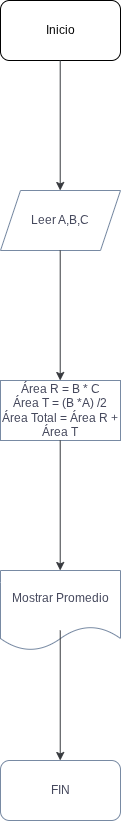
This is Ejercicio_5_Lucas.drawio.png from lucri1384/Pensamiento-computacional, a draw.io export, as it was before one commit. Source tidied: cells renumbered, new cells last; positions are measured from the earlier drawing's top-left corner, leaving out a move shared by most shapes.
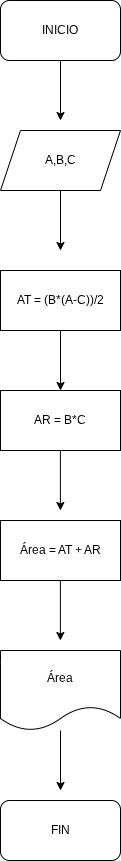
Above is the later version.

What changed in the source:
```diff
@@ -1,45 +1,62 @@
-<mxGraphModel background="light-dark(#FFFFFF,#FFFFFF)">
+<mxGraphModel>
   <root>
     <mxCell id="0" />
     <mxCell id="1" parent="0" />
-    <mxCell id="2" value="Inicio" style="rounded=1;whiteSpace=wrap;html=1;" parent="1" vertex="1">
-      <mxGeometry width="120" height="60" as="geometry" />
-    </mxCell>
-    <mxCell id="3" style="endArrow=classic;html=1;rounded=0;fontColor=#46495D;fillColor=#eeeeee;strokeColor=light-dark(#36393d, #000000);" parent="1" edge="1">
-      <mxGeometry relative="1" as="geometry">
-        <mxPoint x="59.7" y="60" as="sourcePoint" />
-        <mxPoint x="59.7" y="190" as="targetPoint" />
-      </mxGeometry>
-    </mxCell>
-    <mxCell id="4" value="Leer A,B,C" style="shape=parallelogram;perimeter=parallelogramPerimeter;whiteSpace=wrap;html=1;fixedSize=1;strokeColor=#788AA3;fontColor=#46495D;fillColor=default;" parent="1" vertex="1">
-      <mxGeometry y="190" width="120" height="60" as="geometry" />
-    </mxCell>
-    <mxCell id="5" style="endArrow=classic;html=1;rounded=0;fontColor=#46495D;fillColor=#eeeeee;strokeColor=light-dark(#36393d, #000000);" parent="1" edge="1">
-      <mxGeometry relative="1" as="geometry">
-        <mxPoint x="59.7" y="250" as="sourcePoint" />
-        <mxPoint x="59.7" y="380" as="targetPoint" />
-      </mxGeometry>
-    </mxCell>
-    <mxCell id="6" value="Área R = B * C&lt;div&gt;Área T = (B *A) /2&lt;/div&gt;&lt;div&gt;Área Total = Área R + Área T&lt;/div&gt;" style="rounded=0;whiteSpace=wrap;html=1;strokeColor=#788AA3;fontColor=#46495D;fillColor=default;" parent="1" vertex="1">
-      <mxGeometry y="380" width="120" height="60" as="geometry" />
-    </mxCell>
-    <mxCell id="7" style="endArrow=classic;html=1;rounded=0;fontColor=#46495D;fillColor=#eeeeee;strokeColor=light-dark(#36393d, #000000);" parent="1" edge="1">
-      <mxGeometry relative="1" as="geometry">
-        <mxPoint x="59.7" y="440" as="sourcePoint" />
-        <mxPoint x="59.7" y="570" as="targetPoint" />
-      </mxGeometry>
-    </mxCell>
-    <mxCell id="8" value="Mostrar Promedio" style="shape=document;whiteSpace=wrap;html=1;boundedLbl=1;strokeColor=#788AA3;fontColor=#46495D;fillColor=default;" parent="1" vertex="1">
-      <mxGeometry y="570" width="120" height="80" as="geometry" />
-    </mxCell>
+    <mxCell id="11" value="INICIO" style="rounded=1;whiteSpace=wrap;html=1;" parent="1" vertex="1">
+      <mxGeometry y="-40" width="120" height="60" as="geometry" />
+    </mxCell>
+    <mxCell id="12" value="A,B,C" style="shape=parallelogram;perimeter=parallelogramPerimeter;whiteSpace=wrap;html=1;fixedSize=1;" parent="1" vertex="1">
+      <mxGeometry y="90" width="120" height="60" as="geometry" />
+    </mxCell>
+    <mxCell id="13" value="AT = (B*(A-C))/2" style="rounded=0;whiteSpace=wrap;html=1;" parent="1" vertex="1">
+      <mxGeometry y="230" width="120" height="60" as="geometry" />
+    </mxCell>
+    <mxCell id="14" value="AR = B*C" style="rounded=0;whiteSpace=wrap;html=1;" parent="1" vertex="1">
+      <mxGeometry y="350" width="120" height="60" as="geometry" />
+    </mxCell>
+    <mxCell id="15" value="Área = AT + AR" style="rounded=0;whiteSpace=wrap;html=1;" parent="1" vertex="1">
+      <mxGeometry y="480" width="120" height="60" as="geometry" />
+    </mxCell>
+    <mxCell id="16" value="Área" style="shape=document;whiteSpace=wrap;html=1;boundedLbl=1;" parent="1" vertex="1">
+      <mxGeometry y="610" width="120" height="80" as="geometry" />
+    </mxCell>
-    <mxCell id="9" value="FIN" style="rounded=1;whiteSpace=wrap;html=1;strokeColor=#788AA3;fontColor=#46495D;fillColor=default;" parent="1" vertex="1">
+    <mxCell id="9" value="FIN" style="rounded=1;whiteSpace=wrap;html=1;" parent="1" vertex="1">
       <mxGeometry y="760" width="120" height="60" as="geometry" />
     </mxCell>
-    <mxCell id="10" style="endArrow=classic;html=1;rounded=0;fontColor=#46495D;fillColor=#eeeeee;strokeColor=light-dark(#36393d, #000000);" parent="1" edge="1">
-      <mxGeometry relative="1" as="geometry">
-        <mxPoint x="59.7" y="630" as="sourcePoint" />
-        <mxPoint x="59.7" y="760" as="targetPoint" />
-      </mxGeometry>
-    </mxCell>
+    <mxCell id="17" style="endArrow=classic;html=1;rounded=0;" parent="1" edge="1" source="16">
+      <mxGeometry relative="1" as="geometry">
+        <mxPoint x="60" y="750" as="targetPoint" />
+      </mxGeometry>
+    </mxCell>
+    <mxCell id="18" style="endArrow=classic;html=1;rounded=0;" parent="1" edge="1">
+      <mxGeometry relative="1" as="geometry">
+        <mxPoint x="59.9" y="540" as="sourcePoint" />
+        <mxPoint x="59.9" y="600" as="targetPoint" />
+      </mxGeometry>
+    </mxCell>
+    <mxCell id="19" style="endArrow=classic;html=1;rounded=0;" parent="1" edge="1">
+      <mxGeometry relative="1" as="geometry">
+        <mxPoint x="59.9" y="410" as="sourcePoint" />
+        <mxPoint x="59.9" y="470" as="targetPoint" />
+      </mxGeometry>
+    </mxCell>
+    <mxCell id="20" style="endArrow=classic;html=1;rounded=0;" parent="1" edge="1">
+      <mxGeometry relative="1" as="geometry">
+        <mxPoint x="60" y="290" as="sourcePoint" />
+        <mxPoint x="60" y="350" as="targetPoint" />
+      </mxGeometry>
+    </mxCell>
+    <mxCell id="21" style="endArrow=classic;html=1;rounded=0;" parent="1" edge="1">
+      <mxGeometry relative="1" as="geometry">
+        <mxPoint x="60" y="150" as="sourcePoint" />
+        <mxPoint x="60" y="210" as="targetPoint" />
+      </mxGeometry>
+    </mxCell>
+    <mxCell id="22" style="endArrow=classic;html=1;rounded=0;" parent="1" edge="1">
+      <mxGeometry relative="1" as="geometry">
+        <mxPoint x="60" y="20" as="sourcePoint" />
+        <mxPoint x="60" y="80" as="targetPoint" />
+      </mxGeometry>
+    </mxCell>
   </root>
 </mxGraphModel>
```
